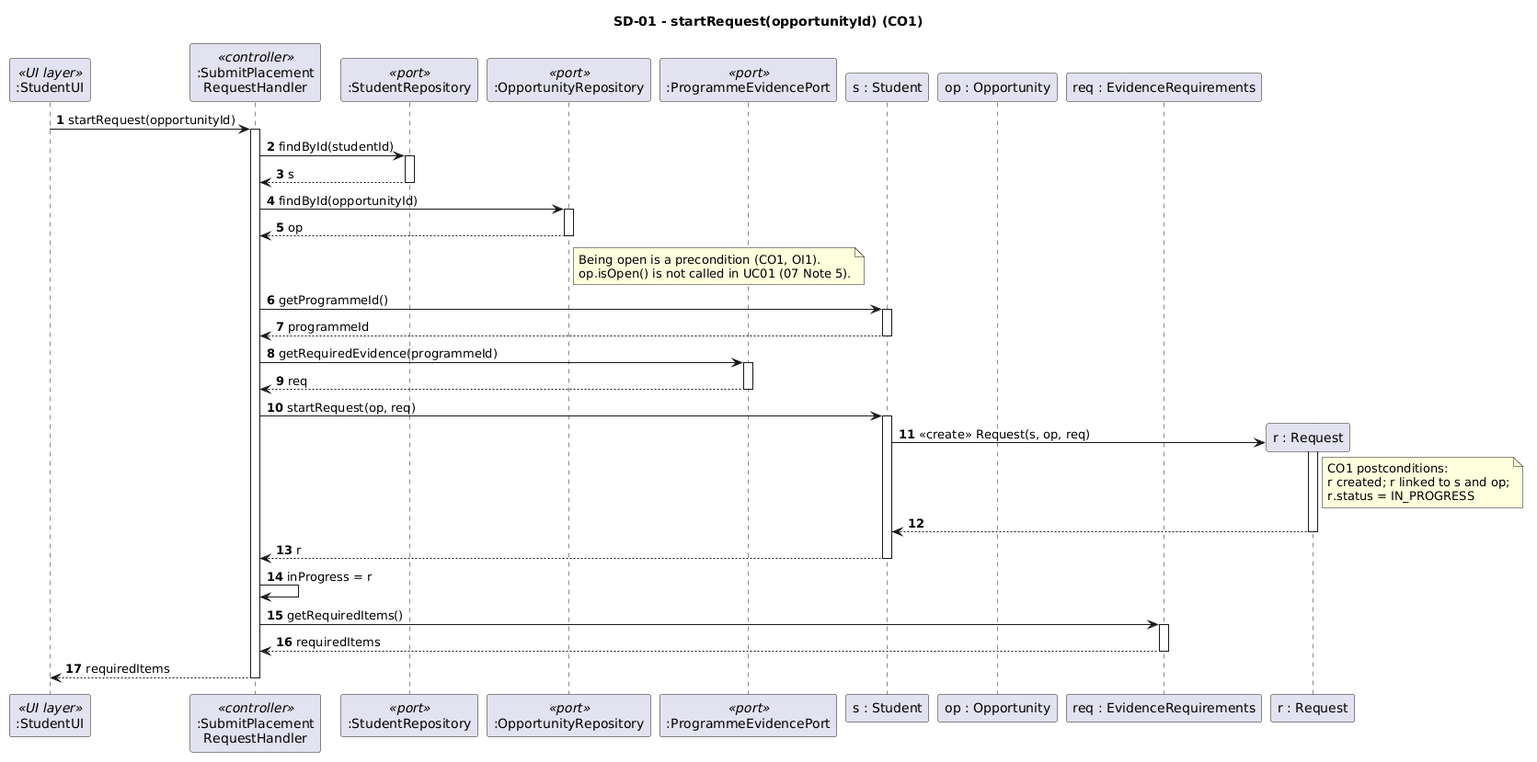
dan-1379/OOAD-CA1-Analysis keeps this PlantUML diagram as CA2/diagrams/UC01-SD-01-startRequest.png. Above is the earlier version. Its diagram source:
```plantuml
@startuml
title SD-01 - startRequest(opportunityId) (CO1)

skinparam sequenceMessageAlign left
autonumber

participant ":StudentUI" as UI <<UI layer>>
participant ":SubmitPlacement\nRequestHandler" as H <<controller>>
participant ":StudentRepository" as SR <<port>>
participant ":OpportunityRepository" as OR <<port>>
participant ":ProgrammeEvidencePort" as EP <<port>>
participant "s : Student" as S
participant "op : Opportunity" as OP
participant "req : EvidenceRequirements" as ER

UI -> H : startRequest(opportunityId)
activate H

H -> SR : findById(studentId)
activate SR
SR --> H : s
deactivate SR

H -> OR : findById(opportunityId)
activate OR
OR --> H : op
deactivate OR
note right of OR
  Being open is a precondition (CO1, OI1).
  op.isOpen() is not called in UC01 (07 Note 5).
end note

H -> S : getProgrammeId()
activate S
S --> H : programmeId
deactivate S

H -> EP : getRequiredEvidence(programmeId)
activate EP
EP --> H : req
deactivate EP

H -> S : startRequest(op, req)
activate S
create "r : Request" as R
S -> R : <<create>> Request(s, op, req)
activate R
note right of R
  CO1 postconditions:
  r created; r linked to s and op;
  r.status = IN_PROGRESS
end note
R --> S
deactivate R
S --> H : r
deactivate S

H -> H : inProgress = r

H -> ER : getRequiredItems()
activate ER
ER --> H : requiredItems
deactivate ER

H --> UI : requiredItems
deactivate H
@enduml
```
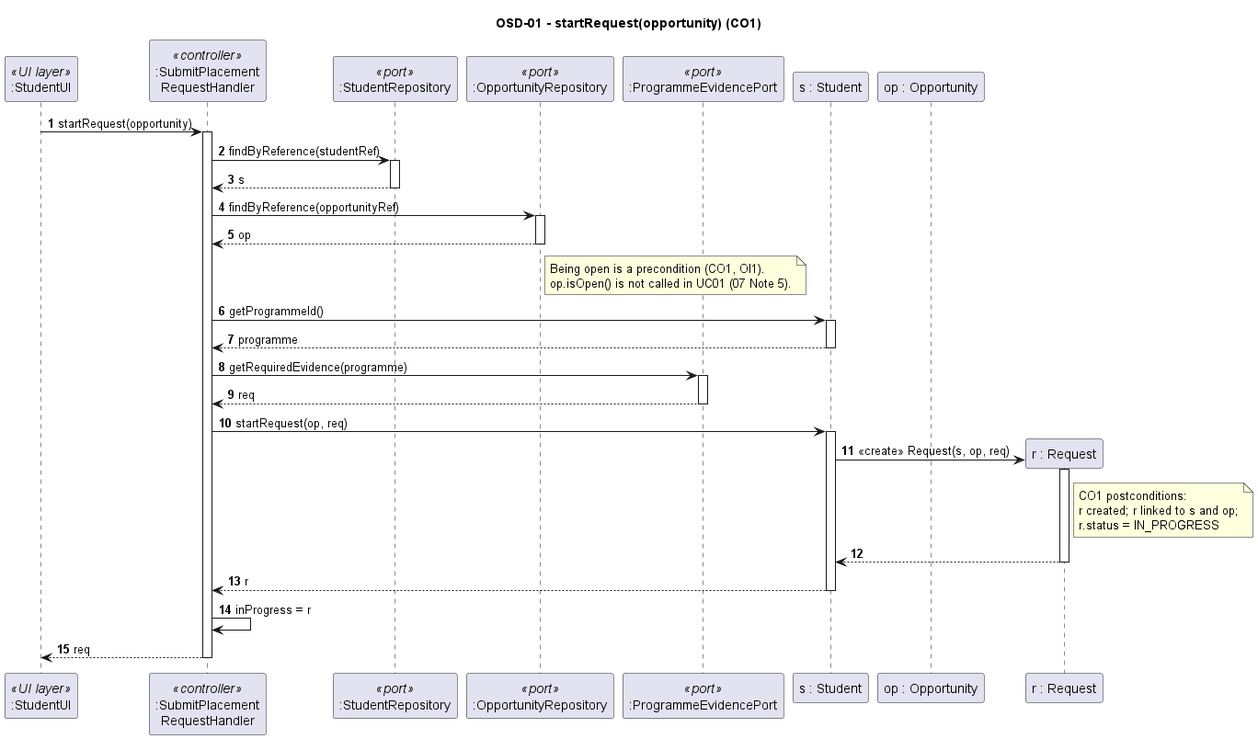
Later version of the same file.

Change to the diagram source:
```diff
@@ -1,5 +1,5 @@
-@startuml
-title SD-01 - startRequest(opportunityId) (CO1)
+@startuml sd-01-start-request
+title OSD-01 - startRequest(opportunity) (CO1)
 
 skinparam sequenceMessageAlign left
 autonumber
@@ -11,17 +11,16 @@
 participant ":ProgrammeEvidencePort" as EP <<port>>
 participant "s : Student" as S
 participant "op : Opportunity" as OP
-participant "req : EvidenceRequirements" as ER
 
-UI -> H : startRequest(opportunityId)
+UI -> H : startRequest(opportunity)
 activate H
 
-H -> SR : findById(studentId)
+H -> SR : findByReference(studentRef)
 activate SR
 SR --> H : s
 deactivate SR
 
-H -> OR : findById(opportunityId)
+H -> OR : findByReference(opportunityRef)
 activate OR
 OR --> H : op
 deactivate OR
@@ -32,10 +31,10 @@
 
 H -> S : getProgrammeId()
 activate S
-S --> H : programmeId
+S --> H : programme
 deactivate S
 
-H -> EP : getRequiredEvidence(programmeId)
+H -> EP : getRequiredEvidence(programme)
 activate EP
 EP --> H : req
 deactivate EP
@@ -57,11 +56,6 @@
 
 H -> H : inProgress = r
 
-H -> ER : getRequiredItems()
-activate ER
-ER --> H : requiredItems
-deactivate ER
-
-H --> UI : requiredItems
+H --> UI : req
 deactivate H
 @enduml
```
